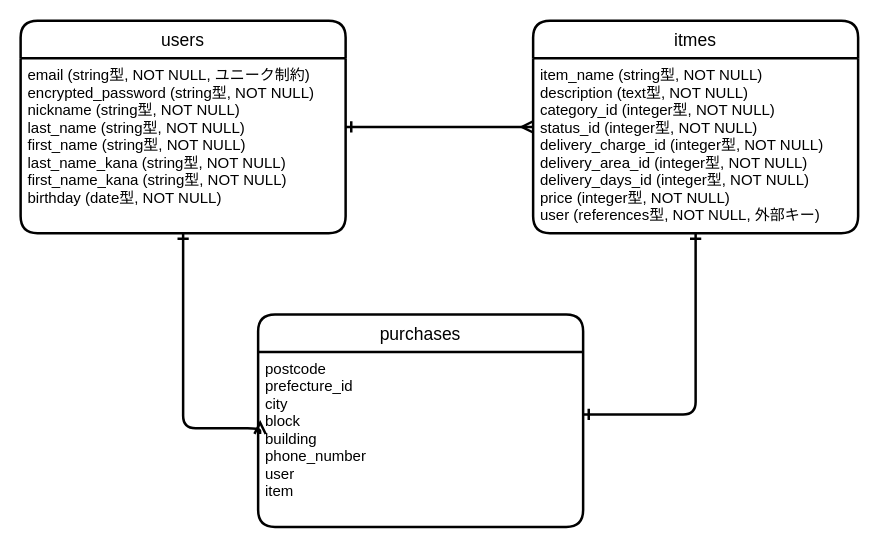
Above: ER.dio in mimimiguchi/furima-37173 (draw.io), before the change. Source tidied: cells renumbered, new cells numbered last; positions are measured from the earlier drawing's top-left corner, leaving out a move shared by most shapes. Both pictures are drawn from the tidied source at 125%, with x=0, y=0 at pixel (20, 20).
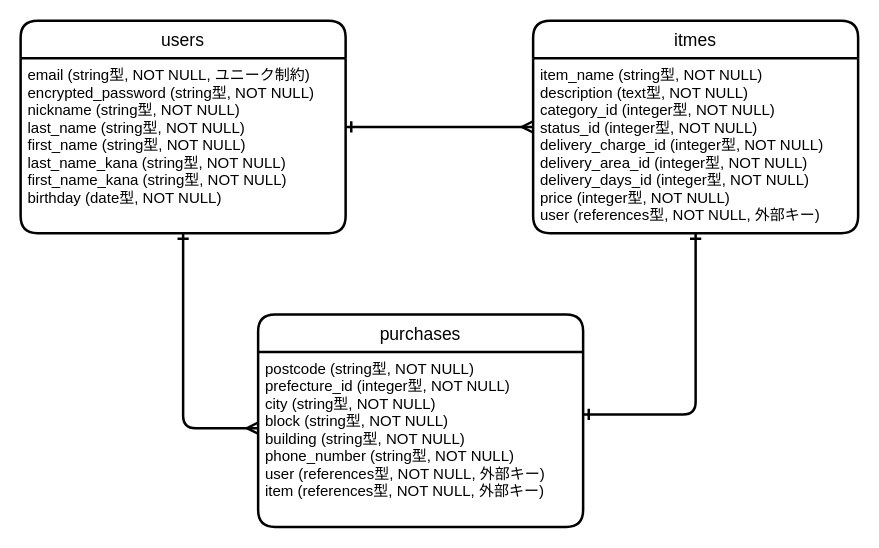
Above is the later version.

The edit, as a diff of the source:
```diff
@@
 <mxGraphModel>
   <root>
     <mxCell id="0" />
     <mxCell id="1" parent="0" />
     <mxCell id="2" value="users" style="swimlane;horizontal=1;startSize=30;rounded=1;fontSize=14;fontStyle=0;strokeWidth=2;shadow=0;dashed=0;align=center;" parent="1" vertex="1">
       <mxGeometry width="260" height="170" as="geometry" />
     </mxCell>
     <mxCell id="3" value="email (string型, NOT NULL, ユニーク制約)&#10;encrypted_password (string型, NOT NULL)&#10;nickname (string型, NOT NULL)&#10;last_name (string型, NOT NULL)&#10;first_name (string型, NOT NULL)&#10;last_name_kana (string型, NOT NULL)&#10;first_name_kana (string型, NOT NULL)&#10;birthday (date型, NOT NULL)" style="align=left;strokeColor=none;fillColor=none;spacingLeft=4;fontSize=12;verticalAlign=top;" parent="2" vertex="1">
       <mxGeometry y="30" width="260" height="140" as="geometry" />
     </mxCell>
     <mxCell id="4" value="itmes" style="swimlane;horizontal=1;startSize=30;rounded=1;fontSize=14;fontStyle=0;strokeWidth=2;shadow=0;dashed=0;align=center;" parent="1" vertex="1">
       <mxGeometry x="410" width="260" height="170" as="geometry" />
     </mxCell>
     <mxCell id="5" value="item_name (string型, NOT NULL)&#10;description (text型, NOT NULL)&#10;category_id (integer型, NOT NULL)&#10;status_id (integer型, NOT NULL)&#10;delivery_charge_id (integer型, NOT NULL)&#10;delivery_area_id (integer型, NOT NULL)&#10;delivery_days_id (integer型, NOT NULL)&#10;price (integer型, NOT NULL)&#10;user (references型, NOT NULL, 外部キー)&#10;" style="align=left;strokeColor=none;fillColor=none;spacingLeft=4;fontSize=12;verticalAlign=top;" parent="4" vertex="1">
       <mxGeometry y="30" width="260" height="140" as="geometry" />
     </mxCell>
     <mxCell id="6" style="edgeStyle=orthogonalEdgeStyle;html=1;endArrow=ERone;endFill=0;startArrow=ERone;startFill=0;strokeWidth=2;" parent="1" edge="1" source="7" target="5">
       <mxGeometry relative="1" as="geometry">
         <Array as="points">
           <mxPoint x="540" y="315" />
         </Array>
       </mxGeometry>
     </mxCell>
     <mxCell id="7" value="purchases" style="swimlane;horizontal=1;startSize=30;rounded=1;fontSize=14;fontStyle=0;strokeWidth=2;shadow=0;dashed=0;align=center;" parent="1" vertex="1">
       <mxGeometry x="190" y="235" width="260" height="170" as="geometry" />
     </mxCell>
-    <mxCell id="8" value="postcode&#10;prefecture_id&#10;city&#10;block&#10;building&#10;phone_number&#10;user&#10;item" style="align=left;strokeColor=none;fillColor=none;spacingLeft=4;fontSize=12;verticalAlign=top;" parent="7" vertex="1">
-      <mxGeometry y="30" width="260" height="140" as="geometry" />
-    </mxCell>
+    <mxCell id="11" value="postcode (string型, NOT NULL)&#10;prefecture_id (integer型, NOT NULL)&#10;city (string型, NOT NULL)&#10;block (string型, NOT NULL)&#10;building (string型, NOT NULL)&#10;phone_number (string型, NOT NULL)&#10;user (references型, NOT NULL, 外部キー)&#10;item (references型, NOT NULL, 外部キー)" style="align=left;strokeColor=none;fillColor=none;spacingLeft=4;fontSize=12;verticalAlign=top;" parent="7" vertex="1">
+      <mxGeometry y="30" width="260" height="140" as="geometry" />
+    </mxCell>
     <mxCell id="9" style="edgeStyle=orthogonalEdgeStyle;html=1;startArrow=ERone;startFill=0;endArrow=ERmany;endFill=0;strokeWidth=2;" parent="1" edge="1" source="3" target="5">
       <mxGeometry relative="1" as="geometry">
         <Array as="points">
           <mxPoint x="310" y="85" />
           <mxPoint x="310" y="85" />
         </Array>
       </mxGeometry>
     </mxCell>
-    <mxCell id="10" style="edgeStyle=orthogonalEdgeStyle;html=1;entryX=0.006;entryY=0.469;entryDx=0;entryDy=0;entryPerimeter=0;startArrow=ERone;startFill=0;endArrow=ERmany;endFill=0;strokeWidth=2;" parent="1" edge="1" source="3" target="8">
+    <mxCell id="10" style="edgeStyle=orthogonalEdgeStyle;html=1;startArrow=ERone;startFill=0;endArrow=ERmany;endFill=0;strokeWidth=2;" parent="1" edge="1" source="3">
       <mxGeometry relative="1" as="geometry">
+        <mxPoint x="190" y="326" as="targetPoint" />
         <Array as="points">
           <mxPoint x="130" y="326" />
         </Array>
       </mxGeometry>
     </mxCell>
   </root>
 </mxGraphModel>
```
